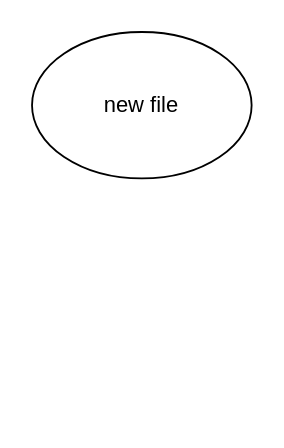
Above: Untitled Diagram.drawio in johnson845173/bolt_project_weather_monitor (draw.io), before the change. Source tidied: cells renumbered, new cells numbered last; positions are measured from the earlier drawing's top-left corner, leaving out a move shared by most shapes. Both pictures are drawn from the tidied source at 183%, with x=0, y=0 at pixel (31, 31).
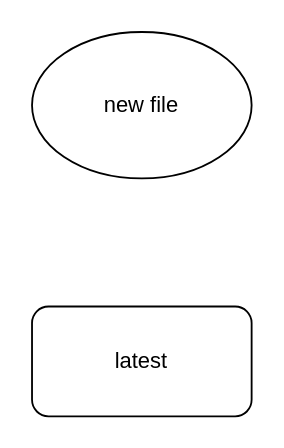
Above is the later version.

The edit, as a diff of the source:
```diff
@@
 <mxGraphModel>
   <root>
     <mxCell id="0" />
     <mxCell id="1" parent="0" />
     <mxCell id="2" value="new file" style="ellipse;whiteSpace=wrap;html=1;" parent="1" vertex="1">
       <mxGeometry width="120" height="80" as="geometry" />
     </mxCell>
+    <mxCell id="3" value="latest" style="rounded=1;whiteSpace=wrap;html=1;" parent="1" vertex="1">
+      <mxGeometry y="150" width="120" height="60" as="geometry" />
+    </mxCell>
   </root>
 </mxGraphModel>
```
